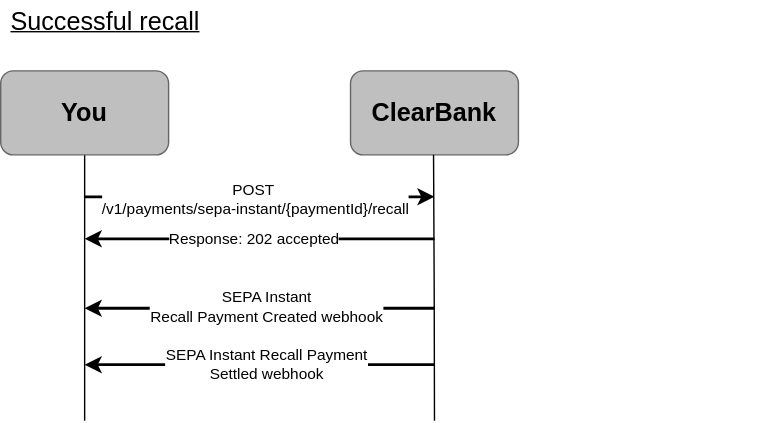
Above: static/assets/images/sepa-ict-successful-recall.svg in clearbank/clearbank.github.io (draw.io), before the change. Source tidied: cells renumbered, new cells last; positions are measured from the earlier drawing's top-left corner, leaving out a move shared by most shapes.
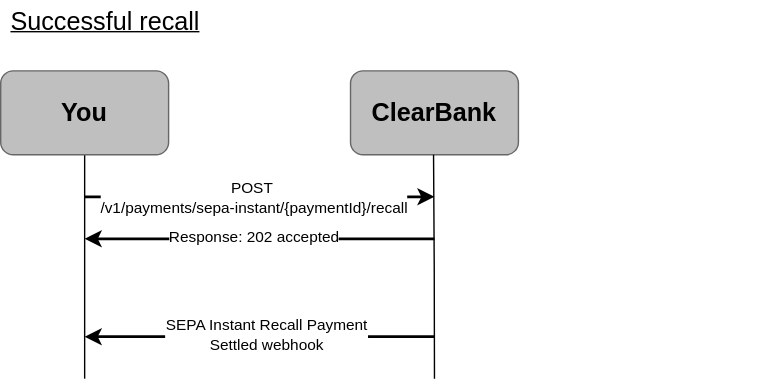
After the change.

Commit message:
Update recall flow diagrams

Change to the diagram source:
```diff
@@ -7,8 +7,8 @@
     </mxCell>
     <mxCell id="3" style="endArrow=classic;html=1;rounded=0;strokeWidth=2;fontFamily=Arial;" parent="1" edge="1">
       <mxGeometry relative="1" as="geometry">
-        <mxPoint x="310" y="260" as="sourcePoint" />
-        <mxPoint x="60" y="260" as="targetPoint" />
+        <mxPoint x="310" y="240" as="sourcePoint" />
+        <mxPoint x="60" y="240" as="targetPoint" />
       </mxGeometry>
     </mxCell>
     <mxCell id="4" value="&lt;div&gt;SEPA Instant Recall Payment&lt;/div&gt;&lt;div&gt;Settled webhook&lt;/div&gt;" style="edgeLabel;html=1;align=center;verticalAlign=middle;fontFamily=Arial;" parent="3" vertex="1">
@@ -19,12 +19,12 @@
     <mxCell id="5" style="edgeStyle=orthogonalEdgeStyle;rounded=0;orthogonalLoop=1;jettySize=auto;html=1;endArrow=none;endFill=0;fontFamily=Arial;" parent="1" edge="1">
       <mxGeometry relative="1" as="geometry">
         <mxPoint x="309.3" y="110" as="sourcePoint" />
-        <mxPoint x="310" y="300" as="targetPoint" />
+        <mxPoint x="310" y="270" as="targetPoint" />
       </mxGeometry>
     </mxCell>
     <mxCell id="6" style="edgeStyle=orthogonalEdgeStyle;rounded=0;jettySize=auto;html=1;endArrow=none;endFill=0;fontFamily=Arial;" parent="1" edge="1" source="7">
       <mxGeometry relative="1" as="geometry">
-        <mxPoint x="60" y="300" as="targetPoint" />
+        <mxPoint x="60" y="270" as="targetPoint" />
       </mxGeometry>
     </mxCell>
     <mxCell id="7" value="You" style="rounded=1;whiteSpace=wrap;html=1;strokeColor=#666666;fillColor=#BFBFBF;gradientColor=none;fontFamily=Arial;fontStyle=1;fontSize=18;" parent="1" vertex="1">
@@ -55,17 +55,6 @@
         <mxPoint x="6" as="offset" />
       </mxGeometry>
     </mxCell>
-    <mxCell id="13" style="endArrow=classic;html=1;rounded=0;strokeWidth=2;fontFamily=Arial;" parent="1" edge="1">
-      <mxGeometry relative="1" as="geometry">
-        <mxPoint x="310" y="219.7" as="sourcePoint" />
-        <mxPoint x="60" y="219.7" as="targetPoint" />
-      </mxGeometry>
-    </mxCell>
-    <mxCell id="14" value="&lt;div&gt;SEPA Instant&lt;/div&gt;&lt;div&gt;Recall Payment Created webhook&lt;/div&gt;" style="edgeLabel;html=1;align=center;verticalAlign=middle;fontFamily=Arial;" parent="13" vertex="1">
-      <mxGeometry x="0.09" y="-1" relative="1" as="geometry">
-        <mxPoint x="15" as="offset" />
-      </mxGeometry>
-    </mxCell>
     <mxCell id="15" value="&lt;font style=&quot;font-size: 18px;&quot;&gt;&lt;u&gt;Successful recall&lt;/u&gt;&lt;/font&gt;" style="text;html=1;align=center;verticalAlign=middle;whiteSpace=wrap;rounded=0;" parent="1" vertex="1">
       <mxGeometry width="150" height="30" as="geometry" />
     </mxCell>
```
